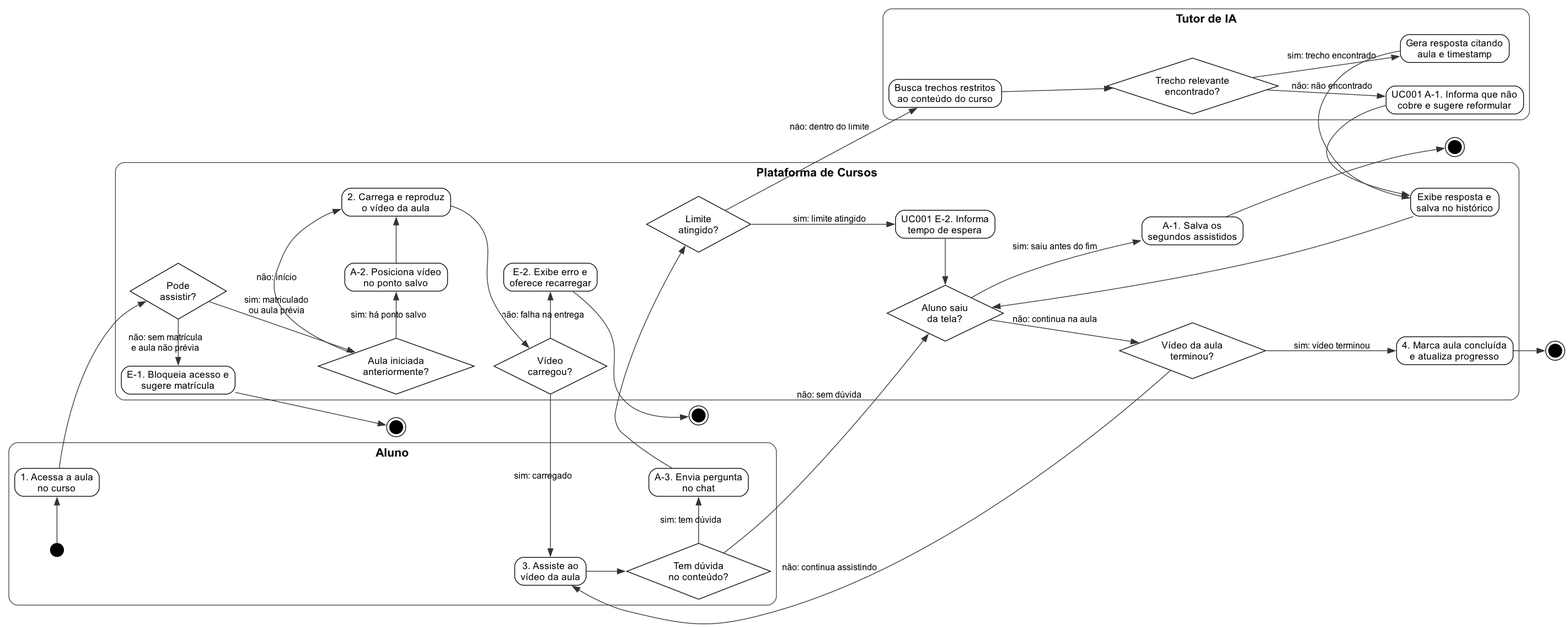
Before: especificacao/diagramas/11-atividades.png, a diagram exported from Graphviz (Plataforma-de-Cursos-TCC/plataforma-cursos-docs). Its source is kept beside it as especificacao/diagramas/11-atividades.dot. Source of this version:
```dot

digraph G {
  rankdir=LR;
  compound=true;
  newrank=true;
  nodesep=0.45;
  ranksep=0.35;
  fontname="Arial";
  fontsize=16;

  node [fontname="Arial", fontsize=13, shape=box, style="rounded,filled", fillcolor=white, color=black];
  edge [fontname="Arial", fontsize=12, color="#333333"];

  start [shape=circle, style=filled, fillcolor=black, width=0.25, label=""];
  end1 [shape=doublecircle, style=filled, fillcolor=black, width=0.25, label=""];
  end2 [shape=doublecircle, style=filled, fillcolor=black, width=0.25, label=""];
  end3 [shape=doublecircle, style=filled, fillcolor=black, width=0.25, label=""];
  end4 [shape=doublecircle, style=filled, fillcolor=black, width=0.25, label=""];

  subgraph cluster_aluno {
    label="Aluno";
    style=rounded;
    color="#444444";
    fontname="Arial Bold";
    fontsize=16;

    start;
    a1 [label="1. Acessa a aula\nno curso"];
    a3 [label="3. Assiste ao\nvídeo da aula"];
    d_duvida [shape=diamond, style=filled, fillcolor=white, label="Tem dúvida\nno conteúdo?"];
    a_duvida [label="A-3. Envia pergunta\nno chat"];
  }

  subgraph cluster_plataforma {
    label="Plataforma de Cursos";
    style=rounded;
    color="#444444";
    fontname="Arial Bold";
    fontsize=16;

    d_pode [shape=diamond, style=filled, fillcolor=white, label="Pode\nassistir?"];
    e1 [label="E-1. Bloqueia acesso e\nsugere matrícula"];
    d_inicio [shape=diamond, style=filled, fillcolor=white, label="Aula iniciada\nanteriormente?"];
    a2 [label="A-2. Posiciona vídeo\nno ponto salvo"];
    p2 [label="2. Carrega e reproduz\no vídeo da aula"];
    d_video [shape=diamond, style=filled, fillcolor=white, label="Vídeo\ncarregou?"];
    e2 [label="E-2. Exibe erro e\noferece recarregar"];

    d_limite [shape=diamond, style=filled, fillcolor=white, label="Limite\natingido?"];
    uc1_e2 [label="UC001 E-2. Informa\ntempo de espera"];
    p_exibe [label="Exibe resposta e\nsalva no histórico"];

    d_saiu [shape=diamond, style=filled, fillcolor=white, label="Aluno saiu\nda tela?"];
    a1_salva [label="A-1. Salva os\nsegundos assistidos"];
    d_fim [shape=diamond, style=filled, fillcolor=white, label="Vídeo da aula\nterminou?"];
    p4 [label="4. Marca aula concluída\ne atualiza progresso"];
  }

  subgraph cluster_tutor {
    label="Tutor de IA";
    style=rounded;
    color="#444444";
    fontname="Arial Bold";
    fontsize=16;

    t_busca [label="Busca trechos restritos\nao conteúdo do curso"];
    d_trecho [shape=diamond, style=filled, fillcolor=white, label="Trecho relevante\nencontrado?"];
    t_resp [label="Gera resposta citando\naula e timestamp"];
    t_nao [label="UC001 A-1. Informa que não\ncobre e sugere reformular"];
  }

  { rank=same; start; a1; }
  { rank=same; d_pode; e1; }
  { rank=same; d_inicio; a2; p2; }
  { rank=same; d_video; e2; a3; }
  { rank=same; d_duvida; a_duvida; d_limite; }
  { rank=same; uc1_e2; t_busca; d_saiu; }
  { rank=same; d_trecho; a1_salva; d_fim; }
  { rank=same; t_resp; t_nao; p_exibe; p4; }

  start -> a1;
  a1 -> d_pode;
  d_pode -> e1 [label="não: sem matrícula\ne aula não prévia"];
  e1 -> end1;
  d_pode -> d_inicio [label="sim: matriculado\nou aula prévia"];
  d_inicio -> a2 [label="sim: há ponto salvo"];
  d_inicio -> p2 [label="não: início"];
  a2 -> p2;
  p2 -> d_video;
  d_video -> e2 [label="não: falha na entrega"];
  e2 -> end2;
  d_video -> a3 [label="sim: carregado"];

  a3 -> d_duvida;
  d_duvida -> a_duvida [label="sim: tem dúvida"];
  d_duvida -> d_saiu [label="não: sem dúvida"];

  a_duvida -> d_limite;
  d_limite -> uc1_e2 [label="sim: limite atingido"];
  d_limite -> t_busca [label="não: dentro do limite"];
  t_busca -> d_trecho;
  d_trecho -> t_resp [label="sim: trecho encontrado"];
  d_trecho -> t_nao [label="não: não encontrado"];
  t_resp -> p_exibe;
  t_nao -> p_exibe;

  uc1_e2 -> d_saiu;
  p_exibe -> d_saiu;

  d_saiu -> a1_salva [label="sim: saiu antes do fim"];
  a1_salva -> end3;
  d_saiu -> d_fim [label="não: continua na aula"];
  d_fim -> p4 [label="sim: vídeo terminou"];
  p4 -> end4;
  d_fim -> a3 [label="não: continua assistindo"];
}
```
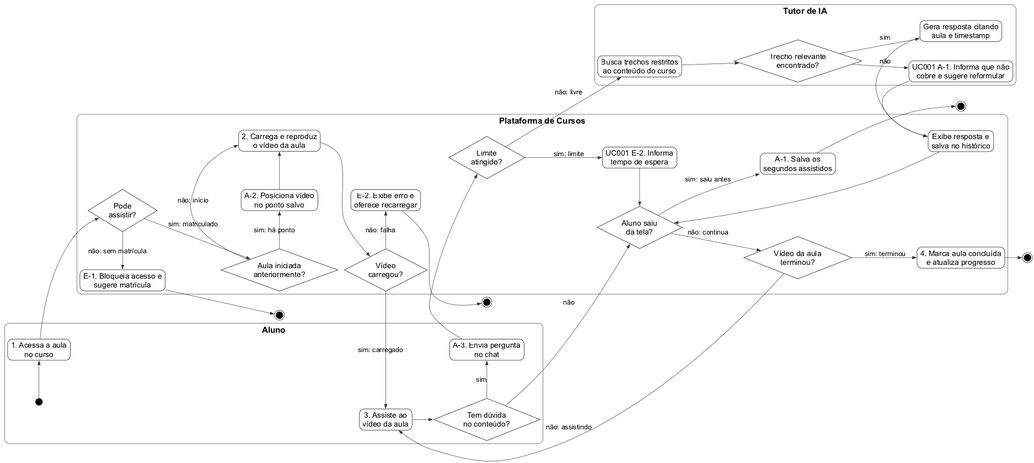
Above is the later version.

Commit message:
docs(spec): adjust activity diagram v4 with fontsize 20+, max width 1875px and ratio 2.23:1

Change to the diagram source:
```diff
@@ -1,15 +1,17 @@
 
 digraph G {
   rankdir=LR;
+  size="12.5,7.0!";
+  dpi=150;
   compound=true;
   newrank=true;
-  nodesep=0.45;
-  ranksep=0.35;
+  nodesep=0.70;
+  ranksep=0.22;
   fontname="Arial";
-  fontsize=16;
+  fontsize=22;
 
-  node [fontname="Arial", fontsize=13, shape=box, style="rounded,filled", fillcolor=white, color=black];
-  edge [fontname="Arial", fontsize=12, color="#333333"];
+  node [fontname="Arial", fontsize=20, shape=box, style="rounded,filled", fillcolor=white, color=black, margin="0.12,0.06"];
+  edge [fontname="Arial", fontsize=18, color="#333333"];
 
   start [shape=circle, style=filled, fillcolor=black, width=0.25, label=""];
   end1 [shape=doublecircle, style=filled, fillcolor=black, width=0.25, label=""];
@@ -22,7 +24,7 @@
     style=rounded;
     color="#444444";
     fontname="Arial Bold";
-    fontsize=16;
+    fontsize=22;
 
     start;
     a1 [label="1. Acessa a aula\nno curso"];
@@ -36,7 +38,7 @@
     style=rounded;
     color="#444444";
     fontname="Arial Bold";
-    fontsize=16;
+    fontsize=22;
 
     d_pode [shape=diamond, style=filled, fillcolor=white, label="Pode\nassistir?"];
     e1 [label="E-1. Bloqueia acesso e\nsugere matrícula"];
@@ -61,7 +63,7 @@
     style=rounded;
     color="#444444";
     fontname="Arial Bold";
-    fontsize=16;
+    fontsize=22;
 
     t_busca [label="Busca trechos restritos\nao conteúdo do curso"];
     d_trecho [shape=diamond, style=filled, fillcolor=white, label="Trecho relevante\nencontrado?"];
@@ -80,37 +82,37 @@
 
   start -> a1;
   a1 -> d_pode;
-  d_pode -> e1 [label="não: sem matrícula\ne aula não prévia"];
+  d_pode -> e1 [label="não: sem matrícula"];
   e1 -> end1;
-  d_pode -> d_inicio [label="sim: matriculado\nou aula prévia"];
-  d_inicio -> a2 [label="sim: há ponto salvo"];
+  d_pode -> d_inicio [label="sim: matriculado"];
+  d_inicio -> a2 [label="sim: há ponto"];
   d_inicio -> p2 [label="não: início"];
   a2 -> p2;
   p2 -> d_video;
-  d_video -> e2 [label="não: falha na entrega"];
+  d_video -> e2 [label="não: falha"];
   e2 -> end2;
   d_video -> a3 [label="sim: carregado"];
 
   a3 -> d_duvida;
-  d_duvida -> a_duvida [label="sim: tem dúvida"];
-  d_duvida -> d_saiu [label="não: sem dúvida"];
+  d_duvida -> a_duvida [label="sim"];
+  d_duvida -> d_saiu [label="não"];
 
   a_duvida -> d_limite;
-  d_limite -> uc1_e2 [label="sim: limite atingido"];
-  d_limite -> t_busca [label="não: dentro do limite"];
+  d_limite -> uc1_e2 [label="sim: limite"];
+  d_limite -> t_busca [label="não: livre"];
   t_busca -> d_trecho;
-  d_trecho -> t_resp [label="sim: trecho encontrado"];
-  d_trecho -> t_nao [label="não: não encontrado"];
+  d_trecho -> t_resp [label="sim"];
+  d_trecho -> t_nao [label="não"];
   t_resp -> p_exibe;
   t_nao -> p_exibe;
 
   uc1_e2 -> d_saiu;
   p_exibe -> d_saiu;
 
-  d_saiu -> a1_salva [label="sim: saiu antes do fim"];
+  d_saiu -> a1_salva [label="sim: saiu antes"];
   a1_salva -> end3;
-  d_saiu -> d_fim [label="não: continua na aula"];
-  d_fim -> p4 [label="sim: vídeo terminou"];
+  d_saiu -> d_fim [label="não: continua"];
+  d_fim -> p4 [label="sim: terminou"];
   p4 -> end4;
-  d_fim -> a3 [label="não: continua assistindo"];
+  d_fim -> a3 [label="não: assistindo"];
 }
```
